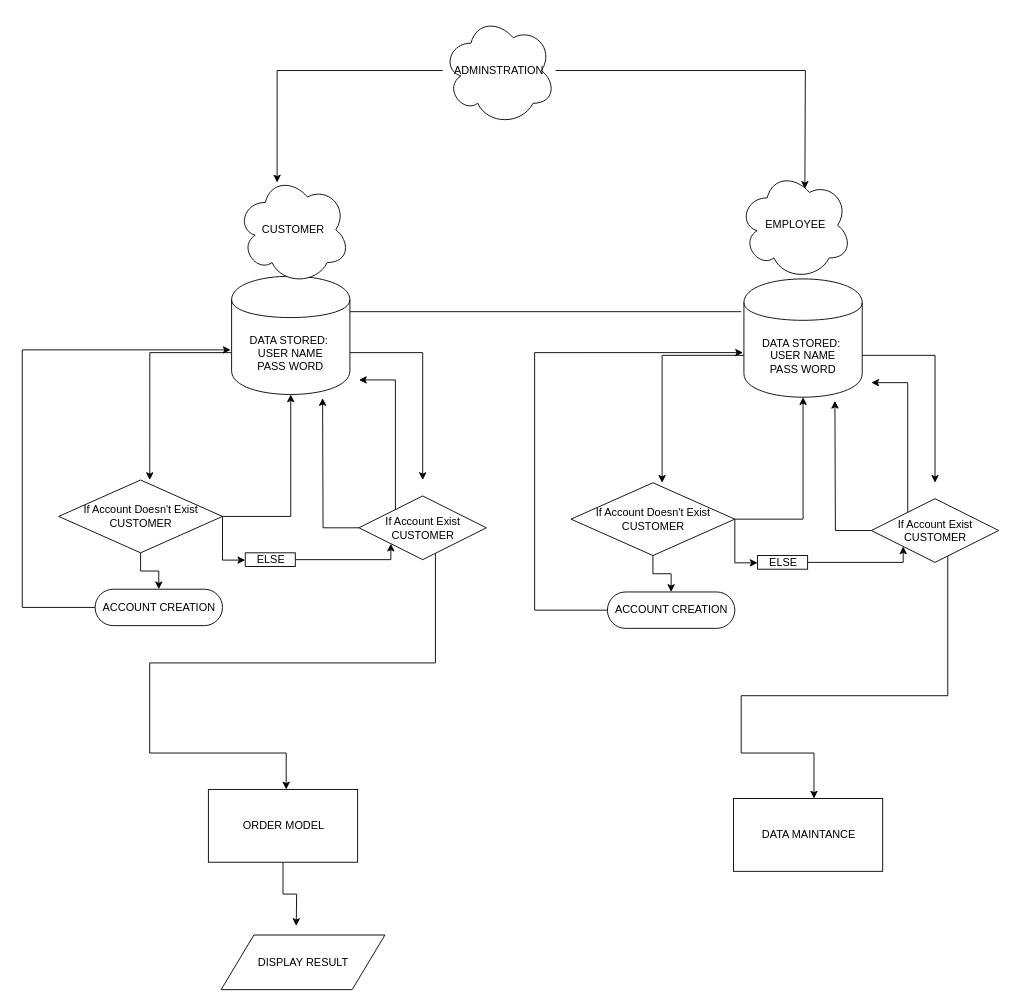
Before: DFD.drawio in EthanO/Business-Analysis, a draw.io diagram. Source tidied: cells renumbered, new cells numbered last; positions are measured from the earlier drawing's top-left corner, leaving out a move shared by most shapes. Both pictures are drawn from the tidied source at 91%, with x=0, y=0 at pixel (22, 15).
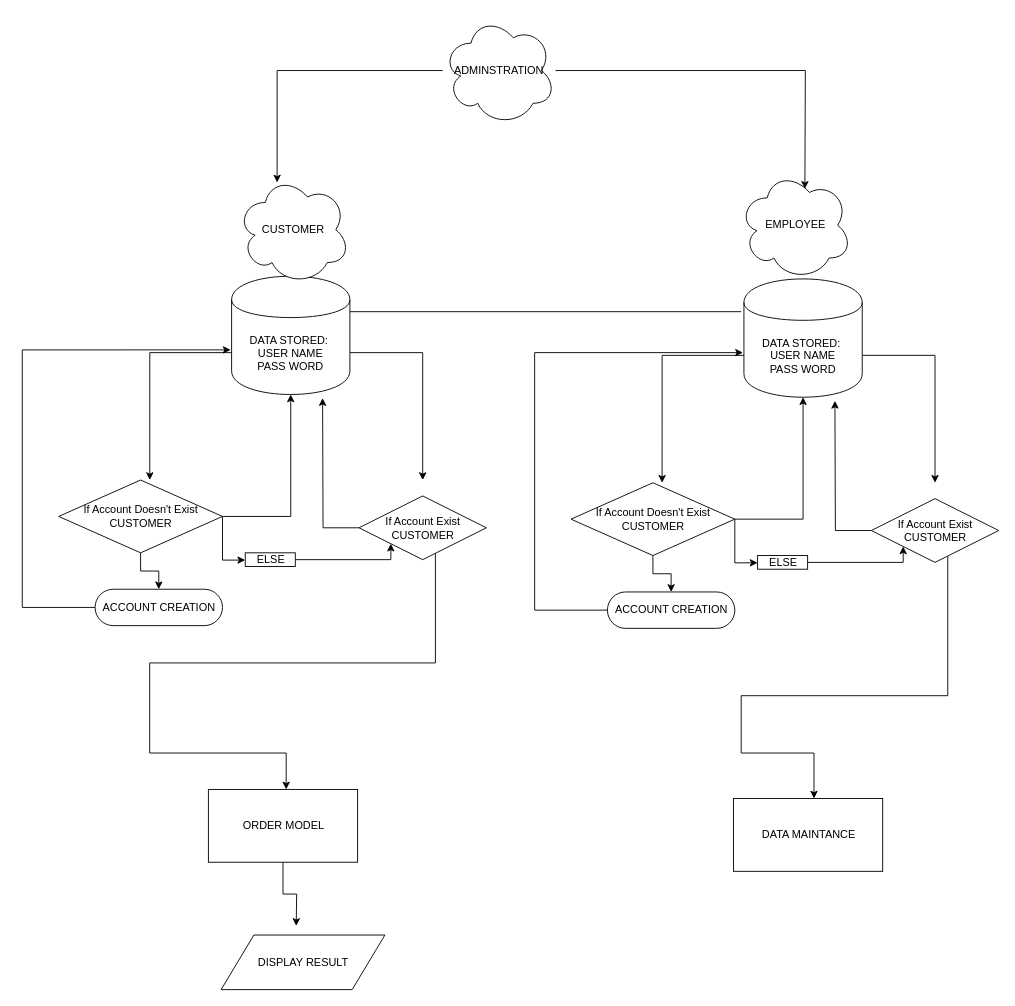
Above is the later version.

Unchanged cells that the change refers to:
```xml
<mxCell id="10" value="If Account Exist&lt;br&gt;CUSTOMER" style="shape=rhombus;html=1;dashed=0;whitespace=wrap;perimeter=rhombusPerimeter;" parent="1" vertex="1">
  <mxGeometry x="370" y="527.5" width="140" height="70" as="geometry" />
</mxCell>
<mxCell id="25" value="If Account Exist&lt;br&gt;CUSTOMER" style="shape=rhombus;html=1;dashed=0;whitespace=wrap;perimeter=rhombusPerimeter;" parent="1" vertex="1">
  <mxGeometry x="933" y="530.5" width="140" height="70" as="geometry" />
</mxCell>
```

Change to the diagram source:
```diff
@@
-    <mxCell id="8" style="edgeStyle=orthogonalEdgeStyle;rounded=0;jettySize=auto;html=1;" parent="1" edge="1" source="10">
-      <mxGeometry relative="1" as="geometry">
-        <mxPoint x="370" y="400" as="targetPoint" />
-        <Array as="points">
-          <mxPoint x="410" y="400" />
-        </Array>
-      </mxGeometry>
-    </mxCell>
@@
-    <mxCell id="23" style="edgeStyle=orthogonalEdgeStyle;rounded=0;jettySize=auto;html=1;" parent="1" edge="1" source="25">
-      <mxGeometry relative="1" as="geometry">
-        <mxPoint x="933" y="403" as="targetPoint" />
-        <Array as="points">
-          <mxPoint x="973" y="403" />
-        </Array>
-      </mxGeometry>
-    </mxCell>
```
